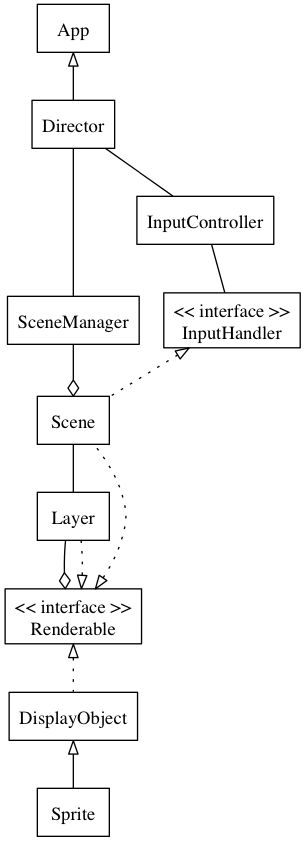
This is docs/class_diagram.png from michaelcontento/bono, a Graphviz export, as it was before one commit. Its source is kept beside it as docs/class_diagram.dot. Its diagram source:
```dot
digraph G {
    node [shape=box]

    subgraph extends {
        edge [dir=back, arrowtail=onormal]
        App -> Director
        DisplayObject -> Sprite
    }

    subgraph aggregations {
        edge [arrowhead=odiamond]
        SceneManager -> Scene [weight=8]
        Layer -> Renderable [weight=8]
    }

    subgraph relations {
        edge [arrowhead=none]
        InputController -> InputHandler
        Director -> InputController
        Director -> SceneManager [weight=8]
        Scene -> Layer [weight=8]
    }

    subgraph implements {
        edge [style=dotted, dir=back, arrowtail=onormal]
        Renderable [label="<< interface >>\nRenderable"]
        InputHandler [label="<< interface >>\nInputHandler"]
        Renderable -> Scene
        Renderable -> Layer
        Renderable -> DisplayObject
        InputHandler -> Scene
    }
}
```
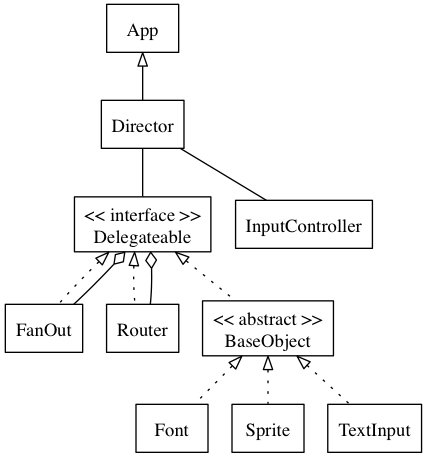
Later version of the same file.

Commit message:
New class diagram for the future added

What changed in the source:
```diff
@@ -4,30 +4,30 @@
     subgraph extends {
         edge [dir=back, arrowtail=onormal]
         App -> Director
-        DisplayObject -> Sprite
     }
 
     subgraph aggregations {
         edge [arrowhead=odiamond]
-        SceneManager -> Scene [weight=8]
-        Layer -> Renderable [weight=8]
+        FanOut -> Delegateable
+        Router -> Delegateable
     }
 
     subgraph relations {
         edge [arrowhead=none]
-        InputController -> InputHandler
+        Director -> Delegateable [weight=8]
         Director -> InputController
-        Director -> SceneManager [weight=8]
-        Scene -> Layer [weight=8]
     }
 
     subgraph implements {
         edge [style=dotted, dir=back, arrowtail=onormal]
-        Renderable [label="<< interface >>\nRenderable"]
-        InputHandler [label="<< interface >>\nInputHandler"]
-        Renderable -> Scene
-        Renderable -> Layer
-        Renderable -> DisplayObject
-        InputHandler -> Scene
+        BaseObject -> Font
+        BaseObject -> Sprite
+        BaseObject -> TextInput
+        Delegateable -> BaseObject
+        Delegateable -> FanOut
+        Delegateable -> Router
     }
+
+    BaseObject [label="<< abstract >>\nBaseObject"]
+    Delegateable [label="<< interface >>\nDelegateable"]
 }
```
